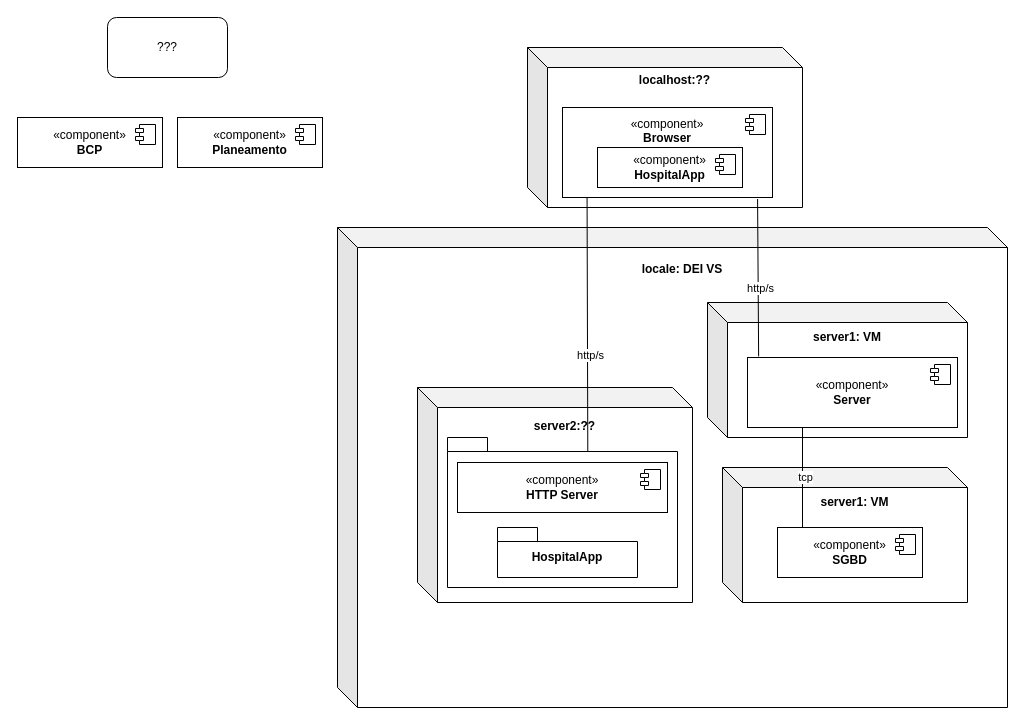
This is docs/geral/views/level-2/physical/vista_fisical.drawio from andredsferreira/p5sem-3dj-g59, a draw.io file, before an edit. Source tidied: cells renumbered, new cells numbered last; positions are measured from the earlier drawing's top-left corner, leaving out a move shared by most shapes. Both pictures are drawn from the tidied source at 100%, with x=0, y=0 at pixel (17, 17).
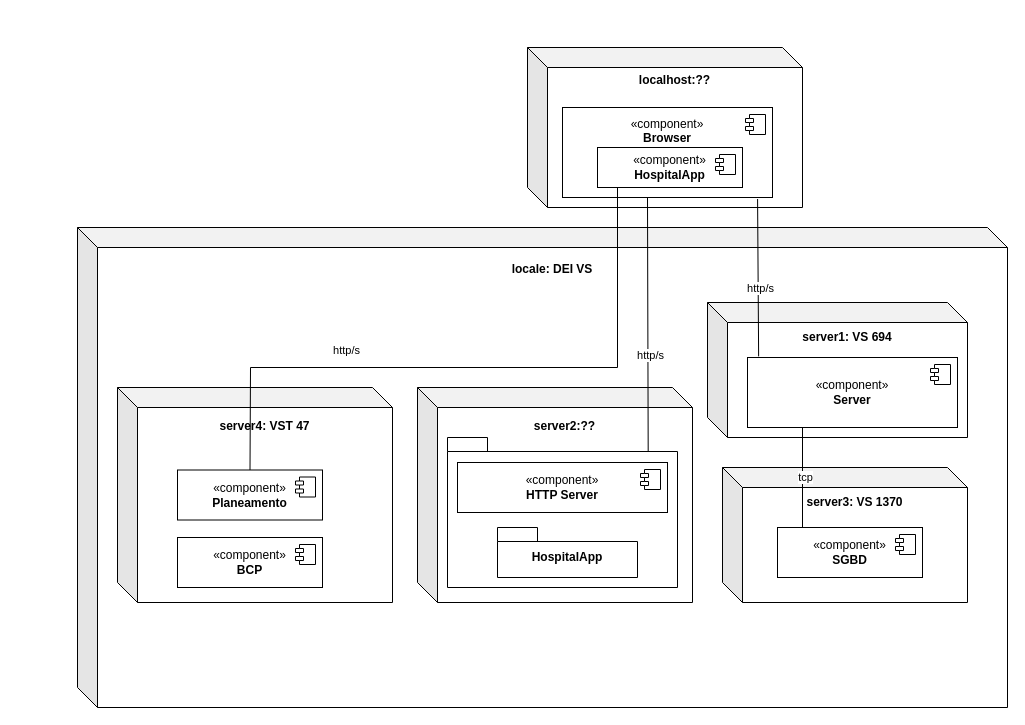
After the change.

Unchanged cells that the change refers to:
```xml
<mxCell id="4" value="«component»&lt;br&gt;&lt;b&gt;Browser&lt;/b&gt;&lt;div&gt;&lt;b&gt;&lt;br&gt;&lt;/b&gt;&lt;/div&gt;&lt;div&gt;&lt;b&gt;&lt;br&gt;&lt;/b&gt;&lt;/div&gt;&lt;div&gt;&lt;b&gt;&lt;br&gt;&lt;/b&gt;&lt;/div&gt;" style="html=1;whiteSpace=wrap;" parent="1" vertex="1">
  <mxGeometry x="545" y="90" width="210" height="90" as="geometry" />
</mxCell>
<mxCell id="18" style="shape=folder;fontStyle=1;spacingTop=10;tabWidth=40;tabHeight=14;tabPosition=left;html=1;whiteSpace=wrap;" parent="1" vertex="1">
  <mxGeometry x="430" y="420" width="230" height="150" as="geometry" />
</mxCell>
```

Change to the diagram source:
```diff
@@
     <mxCell id="2" value="&lt;b&gt;locale: DEI VS&lt;/b&gt;&lt;br&gt;&lt;div&gt;&lt;b&gt;&lt;br&gt;&lt;/b&gt;&lt;/div&gt;&lt;div&gt;&lt;b&gt;&lt;br&gt;&lt;/b&gt;&lt;/div&gt;&lt;div&gt;&lt;b&gt;&lt;br&gt;&lt;/b&gt;&lt;/div&gt;&lt;div&gt;&lt;b&gt;&lt;br&gt;&lt;/b&gt;&lt;/div&gt;&lt;div&gt;&lt;b&gt;&lt;br&gt;&lt;/b&gt;&lt;/div&gt;&lt;div&gt;&lt;b&gt;&lt;br&gt;&lt;/b&gt;&lt;/div&gt;&lt;div&gt;&lt;b&gt;&lt;br&gt;&lt;/b&gt;&lt;/div&gt;&lt;div&gt;&lt;br&gt;&lt;/div&gt;&lt;div&gt;&lt;br&gt;&lt;/div&gt;&lt;div&gt;&lt;br&gt;&lt;/div&gt;&lt;div&gt;&lt;br&gt;&lt;/div&gt;&lt;div&gt;&lt;br&gt;&lt;/div&gt;&lt;div&gt;&lt;br&gt;&lt;/div&gt;&lt;div&gt;&lt;br&gt;&lt;/div&gt;&lt;div&gt;&lt;br&gt;&lt;/div&gt;&lt;div&gt;&lt;br&gt;&lt;/div&gt;&lt;div&gt;&lt;br&gt;&lt;/div&gt;&lt;div&gt;&lt;br&gt;&lt;/div&gt;&lt;div&gt;&lt;br&gt;&lt;/div&gt;&lt;div&gt;&lt;br&gt;&lt;/div&gt;&lt;div&gt;&lt;br&gt;&lt;/div&gt;&lt;div&gt;&lt;br&gt;&lt;/div&gt;&lt;div&gt;&lt;br&gt;&lt;/div&gt;&lt;div&gt;&lt;br&gt;&lt;/div&gt;&lt;div&gt;&lt;br&gt;&lt;/div&gt;&lt;div&gt;&lt;br&gt;&lt;/div&gt;&lt;div&gt;&lt;br&gt;&lt;/div&gt;&lt;div&gt;&lt;br&gt;&lt;/div&gt;&lt;div&gt;&lt;br&gt;&lt;/div&gt;" style="shape=cube;whiteSpace=wrap;html=1;boundedLbl=1;backgroundOutline=1;darkOpacity=0.05;darkOpacity2=0.1;" parent="1" vertex="1">
-      <mxGeometry x="320" y="210" width="670" height="480" as="geometry" />
+      <mxGeometry x="60" y="210" width="930" height="480" as="geometry" />
     </mxCell>
@@
-    <mxCell id="9" style="endArrow=none;html=1;rounded=0;entryX=0.117;entryY=1.003;entryDx=0;entryDy=0;entryPerimeter=0;exitX=0.61;exitY=0.103;exitDx=0;exitDy=0;exitPerimeter=0;" parent="1" edge="1" source="18" target="4">
-      <mxGeometry relative="1" as="geometry" />
+    <mxCell id="9" style="endArrow=none;html=1;rounded=0;entryX=0.117;entryY=1.003;entryDx=0;entryDy=0;entryPerimeter=0;exitX=0.61;exitY=0.103;exitDx=0;exitDy=0;exitPerimeter=0;" parent="1" edge="1">
+      <mxGeometry relative="1" as="geometry">
+        <mxPoint x="630.7" y="435.2" as="sourcePoint" />
+        <mxPoint x="630" y="180" as="targetPoint" />
+      </mxGeometry>
     </mxCell>
@@
-    <mxCell id="11" value="&lt;b&gt;server1: VM&lt;/b&gt;&lt;div&gt;&lt;b&gt;&lt;br&gt;&lt;/b&gt;&lt;/div&gt;&lt;div&gt;&lt;b&gt;&lt;br&gt;&lt;/b&gt;&lt;/div&gt;&lt;div&gt;&lt;b&gt;&lt;br&gt;&lt;/b&gt;&lt;/div&gt;&lt;div&gt;&lt;b&gt;&lt;br&gt;&lt;/b&gt;&lt;/div&gt;&lt;div&gt;&lt;b&gt;&lt;br&gt;&lt;/b&gt;&lt;/div&gt;&lt;div&gt;&lt;br&gt;&lt;/div&gt;" style="shape=cube;whiteSpace=wrap;html=1;boundedLbl=1;backgroundOutline=1;darkOpacity=0.05;darkOpacity2=0.1;" parent="1" vertex="1">
+    <mxCell id="11" value="&lt;b&gt;server1: VS 694&lt;/b&gt;&lt;div&gt;&lt;b&gt;&lt;br&gt;&lt;/b&gt;&lt;/div&gt;&lt;div&gt;&lt;b&gt;&lt;br&gt;&lt;/b&gt;&lt;/div&gt;&lt;div&gt;&lt;b&gt;&lt;br&gt;&lt;/b&gt;&lt;/div&gt;&lt;div&gt;&lt;b&gt;&lt;br&gt;&lt;/b&gt;&lt;/div&gt;&lt;div&gt;&lt;b&gt;&lt;br&gt;&lt;/b&gt;&lt;/div&gt;&lt;div&gt;&lt;br&gt;&lt;/div&gt;" style="shape=cube;whiteSpace=wrap;html=1;boundedLbl=1;backgroundOutline=1;darkOpacity=0.05;darkOpacity2=0.1;" parent="1" vertex="1">
       <mxGeometry x="690" y="285" width="260" height="135" as="geometry" />
     </mxCell>
@@
-    <mxCell id="14" value="«component»&lt;br&gt;&lt;b&gt;Planeamento&lt;/b&gt;" style="html=1;whiteSpace=wrap;" parent="1" vertex="1">
-      <mxGeometry x="160" y="100" width="145" height="50" as="geometry" />
-    </mxCell>
-    <mxCell id="15" style="shape=module;jettyWidth=8;jettyHeight=4;" parent="14" vertex="1">
-      <mxGeometry x="1" width="20" height="20" relative="1" as="geometry">
-        <mxPoint x="-27" y="7" as="offset" />
-      </mxGeometry>
-    </mxCell>
@@
-    <mxCell id="19" value="&lt;b&gt;server1: VM&lt;/b&gt;&lt;div&gt;&lt;b&gt;&lt;br&gt;&lt;/b&gt;&lt;/div&gt;&lt;div&gt;&lt;b&gt;&lt;br&gt;&lt;/b&gt;&lt;/div&gt;&lt;div&gt;&lt;b&gt;&lt;br&gt;&lt;/b&gt;&lt;/div&gt;&lt;div&gt;&lt;b&gt;&lt;br&gt;&lt;/b&gt;&lt;/div&gt;&lt;div&gt;&lt;b&gt;&lt;br&gt;&lt;/b&gt;&lt;/div&gt;&lt;div&gt;&lt;br&gt;&lt;/div&gt;" style="shape=cube;whiteSpace=wrap;html=1;boundedLbl=1;backgroundOutline=1;darkOpacity=0.05;darkOpacity2=0.1;" parent="1" vertex="1">
+    <mxCell id="19" value="&lt;b&gt;server3: VS 1370&lt;/b&gt;&lt;div&gt;&lt;b&gt;&lt;br&gt;&lt;/b&gt;&lt;/div&gt;&lt;div&gt;&lt;b&gt;&lt;br&gt;&lt;/b&gt;&lt;/div&gt;&lt;div&gt;&lt;b&gt;&lt;br&gt;&lt;/b&gt;&lt;/div&gt;&lt;div&gt;&lt;b&gt;&lt;br&gt;&lt;/b&gt;&lt;/div&gt;&lt;div&gt;&lt;b&gt;&lt;br&gt;&lt;/b&gt;&lt;/div&gt;&lt;div&gt;&lt;br&gt;&lt;/div&gt;" style="shape=cube;whiteSpace=wrap;html=1;boundedLbl=1;backgroundOutline=1;darkOpacity=0.05;darkOpacity2=0.1;" parent="1" vertex="1">
       <mxGeometry x="705" y="450" width="245" height="135" as="geometry" />
     </mxCell>
@@
+    <mxCell id="30" value="&lt;b&gt;server4: VST 47&lt;/b&gt;&lt;div&gt;&lt;b&gt;&lt;br&gt;&lt;/b&gt;&lt;/div&gt;&lt;div&gt;&lt;b&gt;&lt;br&gt;&lt;/b&gt;&lt;/div&gt;&lt;div&gt;&lt;b&gt;&lt;br&gt;&lt;/b&gt;&lt;/div&gt;&lt;div&gt;&lt;b&gt;&lt;br&gt;&lt;/b&gt;&lt;/div&gt;&lt;div&gt;&lt;b&gt;&lt;br&gt;&lt;/b&gt;&lt;/div&gt;&lt;div&gt;&lt;b&gt;&lt;br&gt;&lt;/b&gt;&lt;/div&gt;&lt;div&gt;&lt;b&gt;&lt;br&gt;&lt;/b&gt;&lt;/div&gt;&lt;div&gt;&lt;br&gt;&lt;/div&gt;&lt;div&gt;&lt;br&gt;&lt;/div&gt;&lt;div&gt;&lt;br&gt;&lt;/div&gt;&lt;div&gt;&lt;br&gt;&lt;/div&gt;" style="shape=cube;whiteSpace=wrap;html=1;boundedLbl=1;backgroundOutline=1;darkOpacity=0.05;darkOpacity2=0.1;" parent="1" vertex="1">
+      <mxGeometry x="100" y="370" width="275" height="215" as="geometry" />
+    </mxCell>
     <mxCell id="27" value="«component»&lt;br&gt;&lt;b&gt;BCP&lt;/b&gt;" style="html=1;whiteSpace=wrap;" parent="1" vertex="1">
-      <mxGeometry y="100" width="145" height="50" as="geometry" />
+      <mxGeometry x="160" y="520" width="145" height="50" as="geometry" />
     </mxCell>
@@
-    <mxCell id="29" value="???" style="rounded=1;whiteSpace=wrap;html=1;" parent="1" vertex="1">
-      <mxGeometry x="90" width="120" height="60" as="geometry" />
-    </mxCell>
+    <mxCell id="14" value="«component»&lt;br&gt;&lt;b&gt;Planeamento&lt;/b&gt;" style="html=1;whiteSpace=wrap;" parent="1" vertex="1">
+      <mxGeometry x="160" y="452.5" width="145" height="50" as="geometry" />
+    </mxCell>
+    <mxCell id="15" style="shape=module;jettyWidth=8;jettyHeight=4;" parent="14" vertex="1">
+      <mxGeometry x="1" width="20" height="20" relative="1" as="geometry">
+        <mxPoint x="-27" y="7" as="offset" />
+      </mxGeometry>
+    </mxCell>
+    <mxCell id="31" style="endArrow=none;html=1;rounded=0;entryX=0.117;entryY=1.003;entryDx=0;entryDy=0;entryPerimeter=0;exitX=0.5;exitY=0;exitDx=0;exitDy=0;" parent="1" edge="1" source="14">
+      <mxGeometry relative="1" as="geometry">
+        <mxPoint x="600" y="170" as="targetPoint" />
+        <Array as="points">
+          <mxPoint x="233" y="350" />
+          <mxPoint x="600" y="350" />
+        </Array>
+      </mxGeometry>
+    </mxCell>
+    <mxCell id="32" value="http/s" style="edgeLabel;html=1;align=center;verticalAlign=middle;" parent="31" vertex="1">
+      <mxGeometry x="-0.39" y="-2" relative="1" as="geometry">
+        <mxPoint y="-20" as="offset" />
+      </mxGeometry>
+    </mxCell>
```
